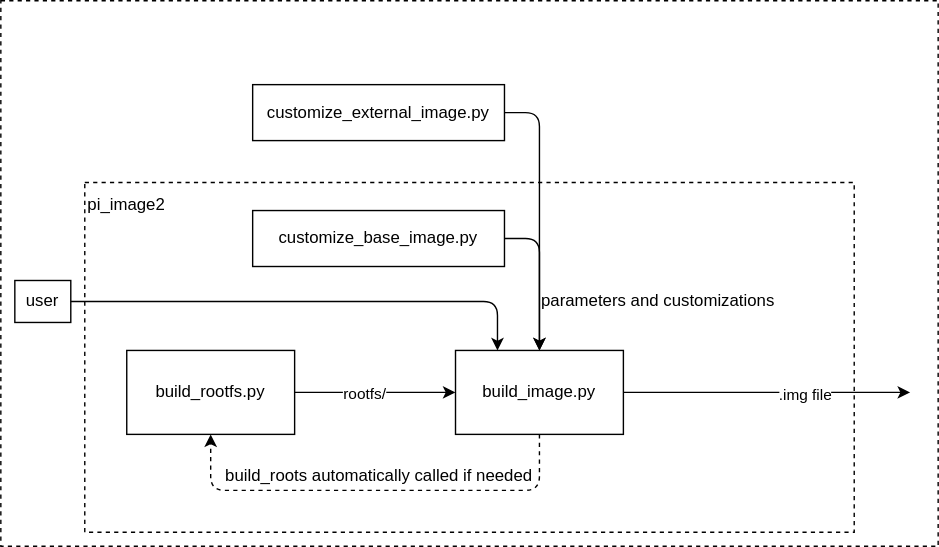
Before: pi_image2.drawio.svg, a diagram exported from draw.io (UbiquityRobotics/ubiquity_buildbot). Source tidied: cells renumbered, new cells last; positions are measured from the earlier drawing's top-left corner, leaving out a move shared by most shapes. The source it was exported from:
```xml
<mxGraphModel>
  <root>
    <mxCell id="0" />
    <mxCell id="1" parent="0" />
    <mxCell id="2" style="rounded=0;whiteSpace=wrap;html=1;dashed=1;" parent="1" vertex="1">
      <mxGeometry width="670" height="390" as="geometry" />
    </mxCell>
    <mxCell id="3" style="group;fillColor=none;" parent="1" vertex="1">
      <mxGeometry x="60" y="130" width="550" height="250" as="geometry" />
    </mxCell>
    <mxCell id="4" style="rounded=0;whiteSpace=wrap;html=1;dashed=1;" parent="3" vertex="1">
      <mxGeometry width="550" height="250" as="geometry" />
    </mxCell>
    <mxCell id="5" value="pi_image2" style="text;html=1;strokeColor=none;fillColor=none;align=center;verticalAlign=middle;whiteSpace=wrap;rounded=0;dashed=1;" parent="3" vertex="1">
      <mxGeometry width="60" height="31.2" as="geometry" />
    </mxCell>
    <mxCell id="6" value="parameters and customizations" style="text;html=1;strokeColor=none;fillColor=none;align=center;verticalAlign=middle;whiteSpace=wrap;rounded=0;" parent="3" vertex="1">
      <mxGeometry x="290" y="70" width="240" height="30" as="geometry" />
    </mxCell>
    <mxCell id="7" style="edgeStyle=none;html=1;" parent="1" edge="1" source="9" target="13">
      <mxGeometry relative="1" as="geometry" />
    </mxCell>
    <mxCell id="8" value="rootfs/" style="edgeLabel;html=1;align=center;verticalAlign=middle;" parent="7" vertex="1">
      <mxGeometry x="-0.5" y="-2" relative="1" as="geometry">
        <mxPoint x="20" y="-2" as="offset" />
      </mxGeometry>
    </mxCell>
    <mxCell id="9" value="build_rootfs.py" style="rounded=0;whiteSpace=wrap;html=1;" parent="1" vertex="1">
      <mxGeometry x="90" y="250" width="120" height="60" as="geometry" />
    </mxCell>
    <mxCell id="10" style="edgeStyle=none;html=1;" parent="1" edge="1" source="13">
      <mxGeometry relative="1" as="geometry">
        <mxPoint x="650" y="280" as="targetPoint" />
      </mxGeometry>
    </mxCell>
    <mxCell id="11" value=".img file" style="edgeLabel;html=1;align=center;verticalAlign=middle;" parent="10" vertex="1">
      <mxGeometry x="0.26" y="-1" relative="1" as="geometry" />
    </mxCell>
    <mxCell id="12" style="edgeStyle=none;html=1;entryX=0.5;entryY=1;entryDx=0;entryDy=0;dashed=1;" parent="1" edge="1" source="13" target="9">
      <mxGeometry relative="1" as="geometry">
        <Array as="points">
          <mxPoint x="385" y="350" />
          <mxPoint x="150" y="350" />
        </Array>
      </mxGeometry>
    </mxCell>
    <mxCell id="13" value="build_image.py" style="rounded=0;whiteSpace=wrap;html=1;" parent="1" vertex="1">
      <mxGeometry x="325" y="250" width="120" height="60" as="geometry" />
    </mxCell>
    <mxCell id="14" style="edgeStyle=none;html=1;entryX=0.5;entryY=0;entryDx=0;entryDy=0;" parent="1" edge="1" source="15" target="13">
      <mxGeometry relative="1" as="geometry">
        <Array as="points">
          <mxPoint x="385" y="80" />
        </Array>
      </mxGeometry>
    </mxCell>
    <mxCell id="15" value="customize_external_image.py" style="rounded=0;whiteSpace=wrap;html=1;" parent="1" vertex="1">
      <mxGeometry x="180" y="60" width="180" height="40" as="geometry" />
    </mxCell>
    <mxCell id="16" style="edgeStyle=none;html=1;entryX=0.5;entryY=0;entryDx=0;entryDy=0;" parent="1" edge="1" source="17" target="13">
      <mxGeometry relative="1" as="geometry">
        <Array as="points">
          <mxPoint x="385" y="170" />
        </Array>
      </mxGeometry>
    </mxCell>
    <mxCell id="17" value="&lt;span&gt;customize_base_image.py&lt;/span&gt;" style="rounded=0;whiteSpace=wrap;html=1;" parent="1" vertex="1">
      <mxGeometry x="180" y="150" width="180" height="40" as="geometry" />
    </mxCell>
    <mxCell id="18" value="build_roots automatically called if needed" style="text;html=1;align=center;verticalAlign=middle;strokeColor=none;fillColor=none;dashed=1;" parent="1" vertex="1">
      <mxGeometry x="155" y="330" width="230" height="20" as="geometry" />
    </mxCell>
    <mxCell id="19" style="edgeStyle=none;html=1;entryX=0.25;entryY=0;entryDx=0;entryDy=0;" parent="1" edge="1" source="20" target="13">
      <mxGeometry relative="1" as="geometry">
        <Array as="points">
          <mxPoint x="355" y="215" />
        </Array>
      </mxGeometry>
    </mxCell>
    <mxCell id="20" value="user" style="rounded=0;whiteSpace=wrap;html=1;fillColor=none;" parent="1" vertex="1">
      <mxGeometry x="10" y="200" width="40" height="30" as="geometry" />
    </mxCell>
  </root>
</mxGraphModel>
```
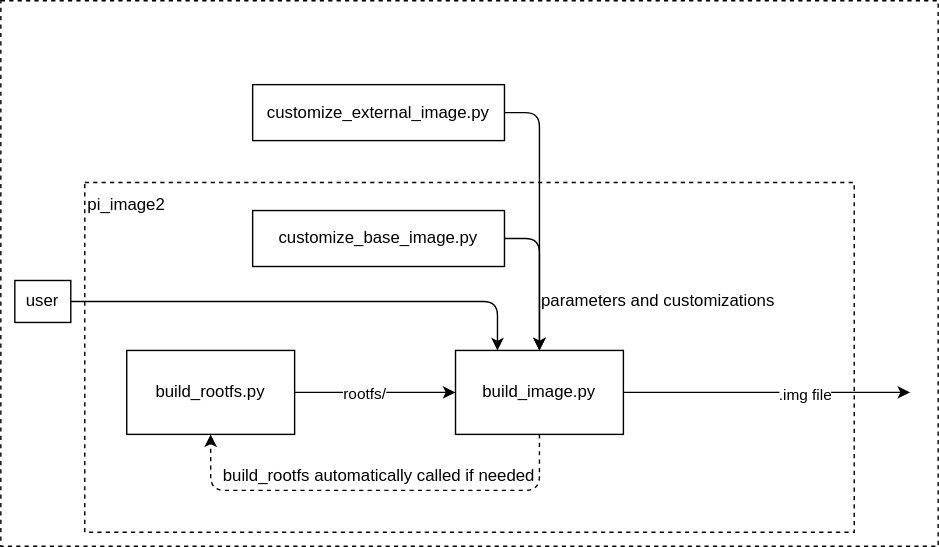
After the commit.

The edit, as a diff of the source:
```diff
@@ -67,8 +67,8 @@
     <mxCell id="17" value="&lt;span&gt;customize_base_image.py&lt;/span&gt;" style="rounded=0;whiteSpace=wrap;html=1;" parent="1" vertex="1">
       <mxGeometry x="180" y="150" width="180" height="40" as="geometry" />
     </mxCell>
-    <mxCell id="18" value="build_roots automatically called if needed" style="text;html=1;align=center;verticalAlign=middle;strokeColor=none;fillColor=none;dashed=1;" parent="1" vertex="1">
-      <mxGeometry x="155" y="330" width="230" height="20" as="geometry" />
+    <mxCell id="18" value="build_rootfs automatically called if needed" style="text;html=1;align=center;verticalAlign=middle;strokeColor=none;fillColor=none;dashed=1;" parent="1" vertex="1">
+      <mxGeometry x="150" y="330" width="240" height="20" as="geometry" />
     </mxCell>
     <mxCell id="19" style="edgeStyle=none;html=1;entryX=0.25;entryY=0;entryDx=0;entryDy=0;" parent="1" edge="1" source="20" target="13">
       <mxGeometry relative="1" as="geometry">
```
